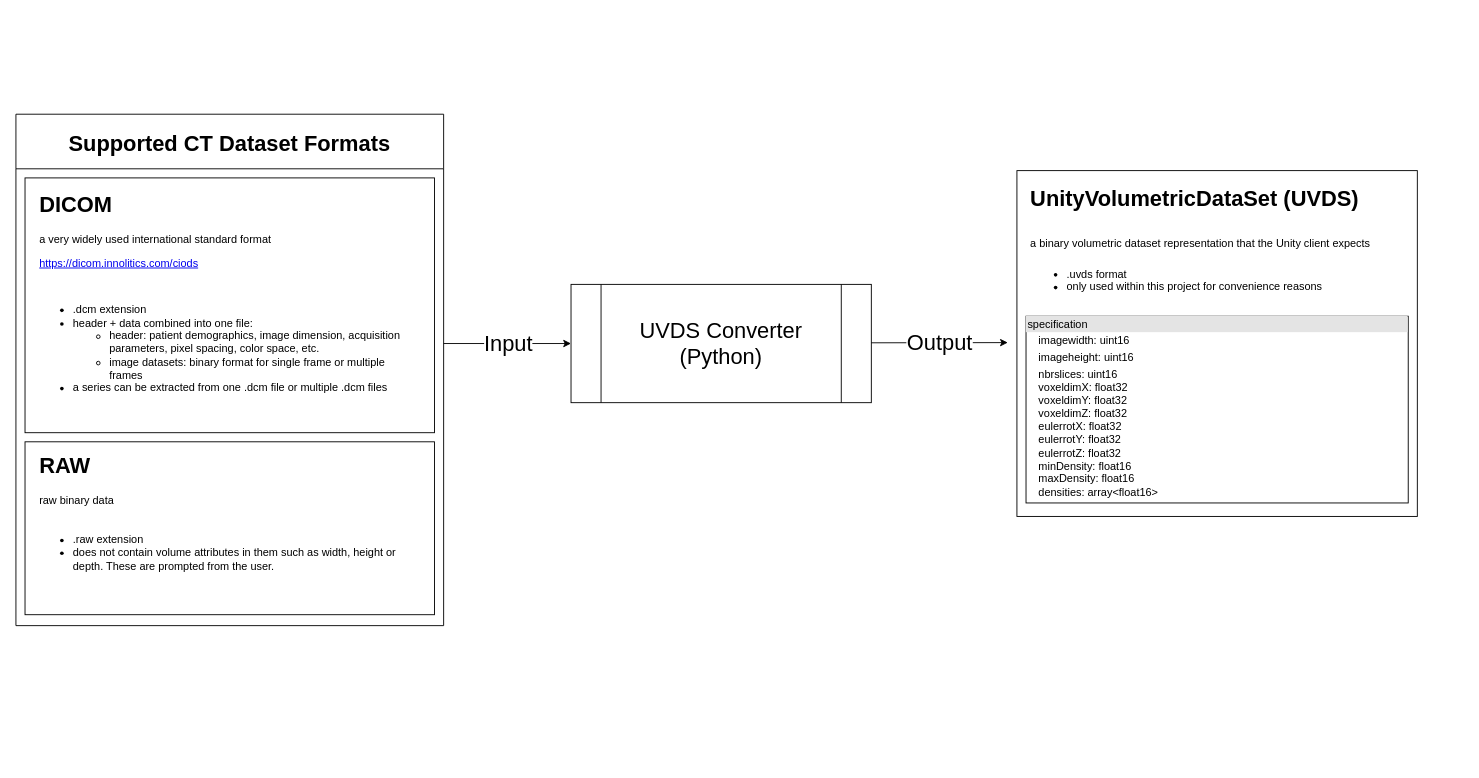
This is importer.drawio from walcht/Unity-CTVisualizer, a draw.io file, before an edit. Source tidied: cells renumbered, new cells numbered last; positions are measured from the earlier drawing's top-left corner, leaving out a move shared by most shapes. Both pictures are drawn from the tidied source at 91%, with x=0, y=0 at pixel (15, 114).
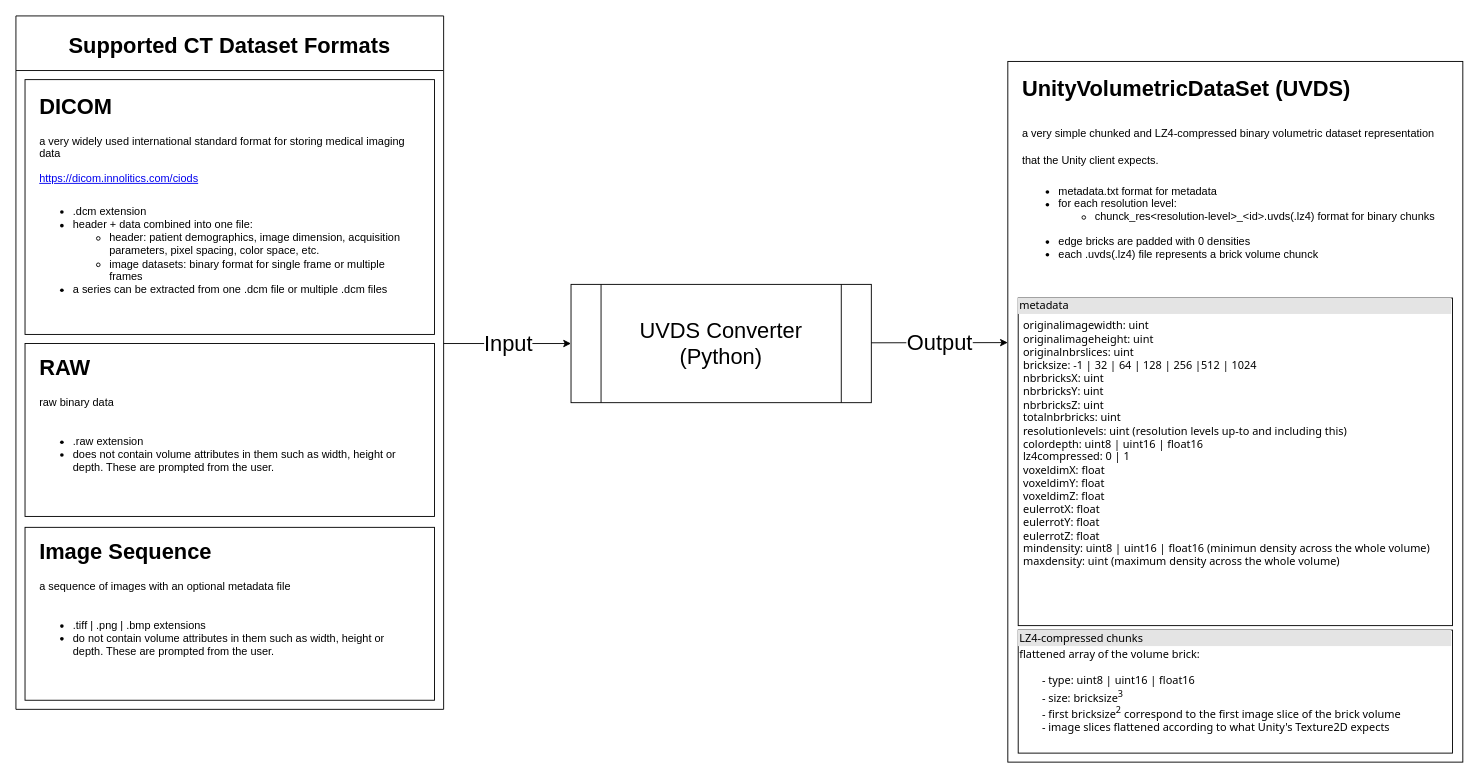
Above is the later version.

Unchanged cells that the change refers to:
```xml
<mxCell id="4" style="group;" parent="3" vertex="1">
  <mxGeometry x="10" y="70" width="450" height="280" as="geometry" />
</mxCell>
```

The edit, as a diff of the source:
```diff
@@
     <mxCell id="3" value="Supported CT Dataset Formats" style="swimlane;fontSize=24;startSize=60;" parent="1" vertex="1">
-      <mxGeometry width="470" height="562" as="geometry" />
+      <mxGeometry y="-108" width="470" height="762" as="geometry" />
     </mxCell>
@@
-    <mxCell id="6" value="&lt;h1&gt;DICOM&lt;/h1&gt;&lt;p&gt;a very widely used international standard format&lt;/p&gt;&lt;p&gt;&lt;a href=&quot;https://dicom.innolitics.com/ciods&quot;&gt;https://dicom.innolitics.com/ciods&lt;/a&gt;&lt;br&gt;&lt;/p&gt;" style="text;html=1;strokeColor=none;fillColor=none;spacing=5;spacingTop=-20;whiteSpace=wrap;overflow=hidden;rounded=0;" parent="4" vertex="1">
-      <mxGeometry x="10.7" y="9.7" width="417.9" height="96.6" as="geometry" />
+    <mxCell id="6" value="&lt;h1&gt;DICOM&lt;/h1&gt;&lt;p&gt;a very widely used international standard format for storing medical imaging data&lt;/p&gt;&lt;p&gt;&lt;a href=&quot;https://dicom.innolitics.com/ciods&quot;&gt;https://dicom.innolitics.com/ciods&lt;/a&gt;&lt;br&gt;&lt;/p&gt;" style="text;html=1;strokeColor=none;fillColor=none;spacing=5;spacingTop=-20;whiteSpace=wrap;overflow=hidden;rounded=0;" parent="4" vertex="1">
+      <mxGeometry x="10.7" y="9.7" width="417.9" height="110.3" as="geometry" />
     </mxCell>
@@
+    <mxCell id="20" style="group;" parent="3" vertex="1">
+      <mxGeometry x="10" y="562" width="450" height="190" as="geometry" />
+    </mxCell>
+    <mxCell id="21" style="rounded=0;whiteSpace=wrap;html=1;" parent="20" vertex="1">
+      <mxGeometry width="450" height="190" as="geometry" />
+    </mxCell>
+    <mxCell id="22" value="&lt;h1&gt;Image Sequence&lt;/h1&gt;&lt;p&gt;a sequence of images with an optional metadata file&lt;/p&gt;" style="text;html=1;strokeColor=none;fillColor=none;spacing=5;spacingTop=-20;whiteSpace=wrap;overflow=hidden;rounded=0;" parent="20" vertex="1">
+      <mxGeometry x="10.7" y="6.6" width="417.9" height="65.5" as="geometry" />
+    </mxCell>
+    <mxCell id="23" value="&lt;ul&gt;&lt;li&gt;.tiff | .png | .bmp extensions&lt;/li&gt;&lt;li&gt;do not contain volume attributes in them such as width, height or depth. These are prompted from the user.&lt;/li&gt;&lt;/ul&gt;" style="text;strokeColor=none;fillColor=none;html=1;whiteSpace=wrap;verticalAlign=middle;overflow=hidden;align=left;" parent="20" vertex="1">
+      <mxGeometry x="10.7" y="85" width="407.1" height="73.5" as="geometry" />
+    </mxCell>
@@
-    <mxCell id="16" style="group;" parent="1" vertex="1">
-      <mxGeometry x="1100" y="62" width="440" height="380" as="geometry" />
+    <mxCell id="16" style="group;spacing=0;verticalAlign=top;" parent="1" vertex="1">
+      <mxGeometry x="1090" y="-58" width="500" height="770" as="geometry" />
     </mxCell>
     <mxCell id="17" style="rounded=0;whiteSpace=wrap;html=1;fontSize=24;" parent="16" vertex="1">
-      <mxGeometry width="440" height="380" as="geometry" />
+      <mxGeometry width="500" height="770" as="geometry" />
     </mxCell>
-    <mxCell id="18" value="&lt;h1&gt;&lt;span style=&quot;background-color: initial;&quot;&gt;UnityVolumetricDataSet (UVDS)&lt;/span&gt;&lt;/h1&gt;&lt;h1&gt;&lt;span style=&quot;font-size: 12px; font-weight: 400;&quot;&gt;a binary volumetric dataset representation that the Unity client expects&lt;/span&gt;&lt;/h1&gt;&lt;div&gt;&lt;ul&gt;&lt;li&gt;&lt;span style=&quot;font-size: 12px; font-weight: 400;&quot;&gt;.uvds format&lt;/span&gt;&lt;/li&gt;&lt;li&gt;&lt;span style=&quot;font-size: 12px; font-weight: 400;&quot;&gt;only used within this project for convenience reasons&lt;/span&gt;&lt;/li&gt;&lt;/ul&gt;&lt;/div&gt;" style="text;html=1;strokeColor=none;fillColor=none;spacing=5;spacingTop=-20;whiteSpace=wrap;overflow=hidden;rounded=0;fontSize=12;" parent="16" vertex="1">
-      <mxGeometry x="10" y="11.2" width="420" height="168.3" as="geometry" />
+    <mxCell id="18" value="&lt;h1&gt;&lt;span style=&quot;background-color: initial;&quot;&gt;UnityVolumetricDataSet (UVDS)&lt;/span&gt;&lt;/h1&gt;&lt;h1&gt;&lt;span style=&quot;font-size: 12px; font-weight: 400;&quot;&gt;a very simple chunked and LZ4-compressed binary volumetric dataset representation that the Unity client expects.&lt;/span&gt;&lt;/h1&gt;&lt;div&gt;&lt;ul&gt;&lt;li&gt;&lt;span style=&quot;font-size: 12px; font-weight: 400;&quot;&gt;metadata.txt format for metadata&lt;/span&gt;&lt;/li&gt;&lt;li&gt;&lt;span style=&quot;font-size: 12px; font-weight: 400;&quot;&gt;for each resolution level:&lt;/span&gt;&lt;/li&gt;&lt;ul&gt;&lt;li&gt;chunck_res&amp;lt;resolution-level&amp;gt;_&amp;lt;id&amp;gt;.uvds(.lz4) format for binary chunks&lt;/li&gt;&lt;/ul&gt;&lt;/ul&gt;&lt;ul&gt;&lt;li&gt;edge bricks are padded with 0 densities&lt;/li&gt;&lt;li&gt;each .uvds(.lz4) file represents a brick volume chunck&lt;/li&gt;&lt;/ul&gt;&lt;/div&gt;" style="text;html=1;strokeColor=none;fillColor=none;spacing=5;spacingTop=-20;whiteSpace=wrap;overflow=hidden;rounded=0;fontSize=12;" parent="16" vertex="1">
+      <mxGeometry x="11.4" y="11" width="477.3" height="274.6" as="geometry" />
     </mxCell>
-    <mxCell id="19" value="&lt;div style=&quot;box-sizing: border-box; width: 100%; background: rgb(228, 228, 228); padding: 2px;&quot;&gt;specification&lt;/div&gt;&lt;table style=&quot;width:100%;font-size:1em;&quot; cellpadding=&quot;2&quot; cellspacing=&quot;0&quot;&gt;&lt;tbody&gt;&lt;tr&gt;&lt;td&gt;&lt;br&gt;&lt;/td&gt;&lt;td&gt;imagewidth: uint16&lt;/td&gt;&lt;/tr&gt;&lt;tr&gt;&lt;td&gt;&lt;br&gt;&lt;/td&gt;&lt;td&gt;imageheight: uint16&lt;/td&gt;&lt;/tr&gt;&lt;tr&gt;&lt;td&gt;&lt;/td&gt;&lt;td&gt;nbrslices: uint16&lt;br&gt;voxeldimX: float32&lt;br&gt;voxeldimY: float32&lt;br&gt;voxeldimZ: float32&lt;br&gt;eulerrotX: float32&lt;br&gt;eulerrotY: float32&lt;br&gt;eulerrotZ: float32&lt;br&gt;minDensity: float16&lt;br&gt;maxDensity: float16&lt;br&gt;densities: array&amp;lt;float16&amp;gt;&lt;br&gt;&lt;/td&gt;&lt;/tr&gt;&lt;/tbody&gt;&lt;/table&gt;" style="verticalAlign=top;align=left;overflow=fill;html=1;fontSize=12;" parent="16" vertex="1">
-      <mxGeometry x="10" y="160" width="420" height="205.2" as="geometry" />
+    <mxCell id="19" value="&lt;div style=&quot;box-sizing: border-box; width: 100%; background: rgb(228, 228, 228); padding: 2px;&quot;&gt;metadata&lt;/div&gt;&lt;table style=&quot;width:100%;font-size:1em;&quot; cellpadding=&quot;2&quot; cellspacing=&quot;0&quot;&gt;&lt;tbody&gt;&lt;tr&gt;&lt;td&gt;&lt;/td&gt;&lt;td style=&quot;&quot;&gt;&lt;/td&gt;&lt;/tr&gt;&lt;tr&gt;&lt;td style=&quot;&quot;&gt;&lt;/td&gt;&lt;td&gt;&lt;div style=&quot;&quot;&gt;originalimagewidth: uint&lt;br&gt;&lt;/div&gt;&lt;div style=&quot;&quot;&gt;originalimageheight: uint&lt;span style=&quot;background-color: initial; font-size: 1em;&quot;&gt;&lt;br&gt;&lt;/span&gt;&lt;/div&gt;&lt;div style=&quot;&quot;&gt;&lt;span style=&quot;background-color: initial; font-size: 1em;&quot;&gt;originalnbrslices: uint&lt;/span&gt;&lt;/div&gt;&lt;div style=&quot;&quot;&gt;&lt;span style=&quot;background-color: initial; font-size: 1em;&quot;&gt;bricksize: -1 | 32 | 64 | 128 | 256 |512 | 1024&lt;/span&gt;&lt;/div&gt;&lt;div style=&quot;&quot;&gt;&lt;span style=&quot;background-color: initial;&quot;&gt;&lt;font style=&quot;&quot;&gt;nbrbricksX: uint&lt;br&gt;&lt;/font&gt;&lt;/span&gt;&lt;/div&gt;&lt;div style=&quot;&quot;&gt;&lt;span style=&quot;background-color: initial;&quot;&gt;&lt;font style=&quot;&quot;&gt;nbrbricksY: uint&lt;br&gt;&lt;/font&gt;&lt;/span&gt;&lt;/div&gt;&lt;div style=&quot;&quot;&gt;&lt;span style=&quot;background-color: initial;&quot;&gt;&lt;font style=&quot;&quot;&gt;nbrbricksZ: uint&lt;br&gt;&lt;/font&gt;&lt;/span&gt;&lt;/div&gt;&lt;div style=&quot;&quot;&gt;&lt;span style=&quot;font-size: 1em; background-color: initial;&quot;&gt;&lt;font&gt;totalnbrbricks: uint&lt;/font&gt;&lt;/span&gt;&lt;/div&gt;&lt;div style=&quot;&quot;&gt;&lt;span style=&quot;font-size: 1em; background-color: initial;&quot;&gt;&lt;font&gt;resolutionlevels: uint (resolution levels up-to and including this)&lt;/font&gt;&lt;/span&gt;&lt;/div&gt;&lt;div style=&quot;&quot;&gt;&lt;span style=&quot;font-size: 1em; background-color: initial;&quot;&gt;&lt;font&gt;colordepth: uint8 | uint16 | float16&lt;/font&gt;&lt;/span&gt;&lt;/div&gt;&lt;div style=&quot;&quot;&gt;lz4compressed: 0 | 1&lt;/div&gt;&lt;div style=&quot;&quot;&gt;&lt;span style=&quot;font-size: 1em; background-color: initial;&quot;&gt;&lt;font&gt;voxeldimX: float&lt;/font&gt;&lt;/span&gt;&lt;/div&gt;&lt;div style=&quot;&quot;&gt;&lt;span style=&quot;background-color: initial; font-size: 1em;&quot;&gt;voxeldimY: float&lt;/span&gt;&lt;/div&gt;&lt;div style=&quot;&quot;&gt;&lt;span style=&quot;font-size: 1em; background-color: initial;&quot;&gt;&lt;font&gt;voxeldimZ: float&lt;/font&gt;&lt;/span&gt;&lt;/div&gt;&lt;div style=&quot;&quot;&gt;&lt;span style=&quot;font-size: 1em; background-color: initial;&quot;&gt;&lt;font&gt;eulerrotX: float&lt;/font&gt;&lt;/span&gt;&lt;/div&gt;&lt;div style=&quot;&quot;&gt;&lt;span style=&quot;font-size: 1em; background-color: initial;&quot;&gt;&lt;font&gt;eulerrotY: float&lt;/font&gt;&lt;/span&gt;&lt;/div&gt;&lt;div style=&quot;&quot;&gt;&lt;span style=&quot;font-size: 1em; background-color: initial;&quot;&gt;&lt;font&gt;eulerrotZ: float&lt;/font&gt;&lt;/span&gt;&lt;/div&gt;&lt;div style=&quot;&quot;&gt;&lt;span style=&quot;font-size: 1em; background-color: initial;&quot;&gt;&lt;font&gt;mindensity: uint8 | uint16 | float16 (minimun density across the whole volume)&lt;/font&gt;&lt;/span&gt;&lt;/div&gt;&lt;div style=&quot;&quot;&gt;&lt;span style=&quot;font-size: 1em; background-color: initial;&quot;&gt;&lt;font&gt;maxdensity: uint (maximum density across the whole volume)&lt;/font&gt;&lt;/span&gt;&lt;/div&gt;&lt;/td&gt;&lt;/tr&gt;&lt;/tbody&gt;&lt;/table&gt;" style="verticalAlign=top;align=left;overflow=fill;html=1;fontSize=12;fontFamily=Tahoma;spacing=0;" parent="16" vertex="1">
+      <mxGeometry x="11.4" y="260" width="477.3" height="360" as="geometry" />
     </mxCell>
+    <mxCell id="24" value="&lt;div style=&quot;box-sizing: border-box; width: 100%; background: rgb(228, 228, 228); padding: 2px;&quot;&gt;LZ4-compressed chunks&lt;/div&gt;&lt;table style=&quot;width:100%;font-size:1em;&quot; cellpadding=&quot;2&quot; cellspacing=&quot;0&quot;&gt;&lt;tbody&gt;&lt;tr&gt;&lt;td&gt;flattened array of the volume brick:&lt;br&gt;&lt;br&gt;&lt;span style=&quot;white-space: pre;&quot;&gt;&#9;&lt;/span&gt;- type: uint8 | uint16 | float16&lt;br&gt;&lt;span style=&quot;white-space: pre;&quot;&gt;&#9;&lt;/span&gt;- size: bricksize&lt;sup&gt;3&lt;br&gt;&lt;/sup&gt;&lt;span style=&quot;white-space: pre;&quot;&gt;&#9;&lt;/span&gt;- first bricksize&lt;sup&gt;2&lt;/sup&gt;&amp;nbsp;correspond to the first image slice of the brick volume&lt;br&gt;&lt;span style=&quot;white-space: pre;&quot;&gt;&#9;&lt;/span&gt;- image slices flattened according to what Unity's Texture2D expects&lt;br&gt;&lt;/td&gt;&lt;td style=&quot;&quot;&gt;&lt;font&gt;&amp;nbsp;&lt;/font&gt;&lt;/td&gt;&lt;/tr&gt;&lt;/tbody&gt;&lt;/table&gt;" style="verticalAlign=top;align=left;overflow=fill;html=1;fontSize=12;fontFamily=Tahoma;spacing=0;" parent="16" vertex="1">
+      <mxGeometry x="11.4" y="624.9" width="477.3" height="135.2" as="geometry" />
+    </mxCell>
```
